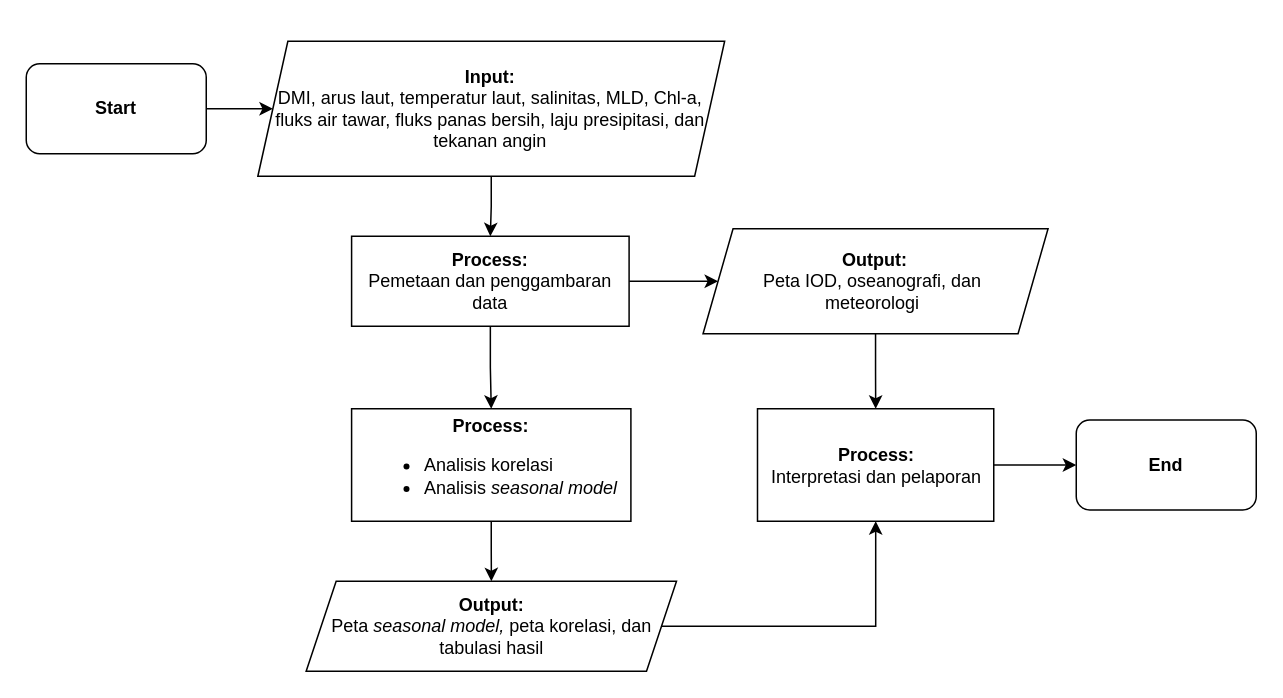
hidayatmn378/MyDissertation keeps this draw.io diagram as editable/Flowchart_Diagram.drawio. Above is the earlier version. Source tidied: cells renumbered, new cells numbered last; positions are measured from the earlier drawing's top-left corner, leaving out a move shared by most shapes. Both pictures are drawn from the tidied source at 150%, with x=0, y=0 at pixel (26, 40).
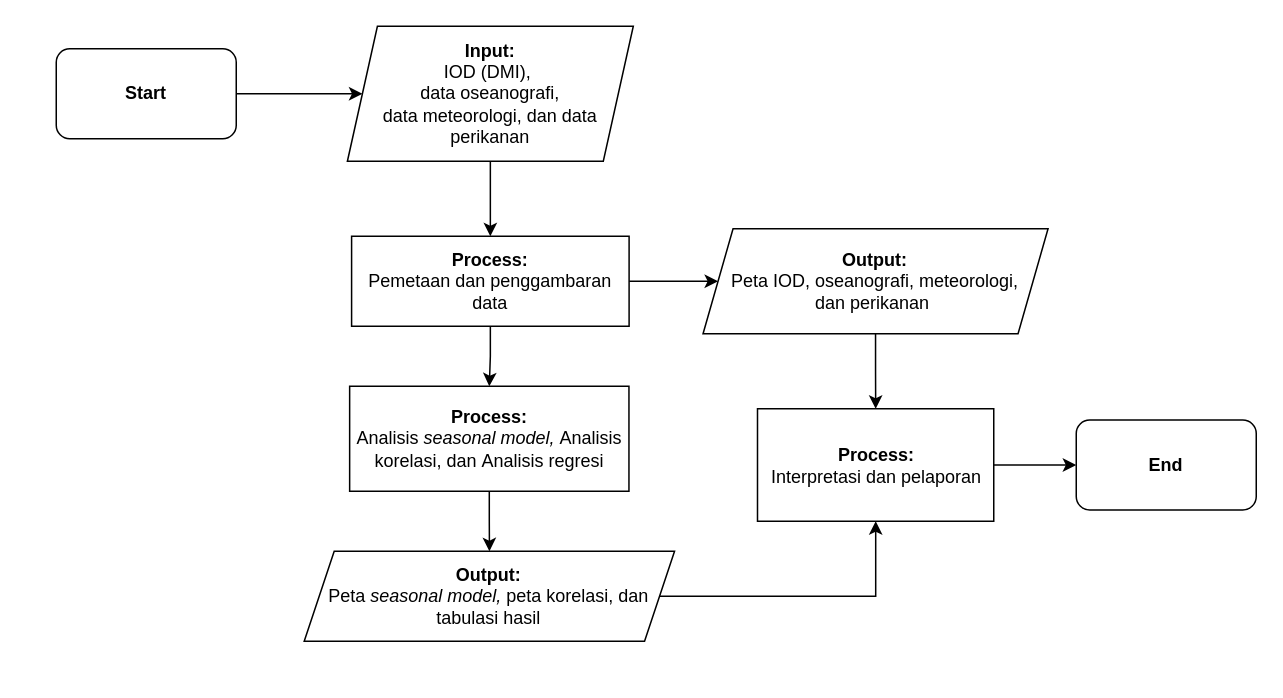
After the change.

Change to the diagram source:
```diff
@@
 <mxGraphModel>
   <root>
     <mxCell id="0" />
     <mxCell id="1" parent="0" />
     <mxCell id="2" style="edgeStyle=orthogonalEdgeStyle;rounded=0;jettySize=auto;html=1;" parent="1" edge="1" source="3" target="5">
       <mxGeometry relative="1" as="geometry" />
     </mxCell>
     <mxCell id="3" value="Start" style="rounded=1;whiteSpace=wrap;html=1;fontStyle=1;" parent="1" vertex="1">
-      <mxGeometry y="15" width="120" height="60" as="geometry" />
+      <mxGeometry x="20" y="5" width="120" height="60" as="geometry" />
     </mxCell>
     <mxCell id="4" style="edgeStyle=orthogonalEdgeStyle;rounded=0;jettySize=auto;html=1;" parent="1" edge="1" source="5" target="8">
       <mxGeometry relative="1" as="geometry" />
     </mxCell>
-    <mxCell id="5" value="&lt;div&gt;&lt;b&gt;Input:&lt;/b&gt;&lt;/div&gt;&lt;div&gt;DMI, arus laut, temperatur laut, salinitas, MLD, Chl-a, fluks air tawar, fluks panas bersih, laju presipitasi, dan tekanan angin&lt;br&gt;&lt;/div&gt;" style="shape=parallelogram;perimeter=parallelogramPerimeter;whiteSpace=wrap;html=1;fixedSize=1;align=center;" parent="1" vertex="1">
-      <mxGeometry x="154.4" width="311.2" height="90" as="geometry" />
+    <mxCell id="5" value="&lt;div&gt;&lt;b&gt;Input:&lt;/b&gt;&lt;/div&gt;&lt;div&gt;IOD (DMI),&amp;nbsp;&lt;/div&gt;&lt;span style=&quot;background-color: initial;&quot;&gt;data oseanografi, &lt;br&gt;data meteorologi, dan data perikanan&lt;/span&gt;" style="shape=parallelogram;perimeter=parallelogramPerimeter;whiteSpace=wrap;html=1;fixedSize=1;align=center;" parent="1" vertex="1">
+      <mxGeometry x="214.1" y="-10" width="190.6" height="90" as="geometry" />
     </mxCell>
     <mxCell id="6" style="edgeStyle=orthogonalEdgeStyle;rounded=0;jettySize=auto;html=1;" parent="1" edge="1" source="8" target="10">
       <mxGeometry relative="1" as="geometry" />
     </mxCell>
     <mxCell id="7" style="edgeStyle=orthogonalEdgeStyle;rounded=0;jettySize=auto;html=1;" parent="1" edge="1" source="8" target="12">
       <mxGeometry relative="1" as="geometry" />
     </mxCell>
     <mxCell id="8" value="&lt;div&gt;&lt;b&gt;Process:&lt;/b&gt;&lt;/div&gt;&lt;div&gt;Pemetaan dan penggambaran data &lt;br&gt;&lt;/div&gt;" style="whiteSpace=wrap;html=1;" parent="1" vertex="1">
       <mxGeometry x="216.9" y="130" width="185" height="60" as="geometry" />
     </mxCell>
     <mxCell id="9" style="edgeStyle=orthogonalEdgeStyle;rounded=0;jettySize=auto;html=1;" parent="1" edge="1" source="10" target="17">
       <mxGeometry relative="1" as="geometry" />
     </mxCell>
-    <mxCell id="10" value="&lt;b&gt;Output:&lt;/b&gt;&lt;br&gt;&lt;div&gt;Peta IOD, oseanografi, dan&amp;nbsp;&lt;/div&gt;&lt;div&gt;meteorologi&amp;nbsp;&lt;/div&gt;" style="shape=parallelogram;perimeter=parallelogramPerimeter;whiteSpace=wrap;html=1;fixedSize=1;" parent="1" vertex="1">
+    <mxCell id="10" value="&lt;b&gt;Output:&lt;/b&gt;&lt;br&gt;&lt;div&gt;Peta IOD, oseanografi,&amp;nbsp;&lt;span style=&quot;background-color: initial;&quot;&gt;meteorologi,&lt;/span&gt;&lt;/div&gt;&lt;div&gt;&lt;span style=&quot;background-color: initial;&quot;&gt;dan perikanan&amp;nbsp;&lt;/span&gt;&lt;/div&gt;" style="shape=parallelogram;perimeter=parallelogramPerimeter;whiteSpace=wrap;html=1;fixedSize=1;" parent="1" vertex="1">
       <mxGeometry x="451.2" y="125" width="230" height="70" as="geometry" />
     </mxCell>
     <mxCell id="11" style="edgeStyle=orthogonalEdgeStyle;rounded=0;jettySize=auto;html=1;" parent="1" edge="1" source="12" target="14">
       <mxGeometry relative="1" as="geometry" />
     </mxCell>
-    <mxCell id="12" value="&lt;b&gt;Process:&lt;/b&gt;&lt;br&gt;&lt;div&gt;&lt;ul&gt;&lt;li&gt;&lt;div align=&quot;left&quot;&gt;Analisis korelasi&lt;/div&gt;&lt;/li&gt;&lt;li&gt;&lt;div&gt;Analisis &lt;i&gt;seasonal model&lt;/i&gt;&lt;/div&gt;&lt;/li&gt;&lt;/ul&gt;&lt;/div&gt;" style="rounded=0;whiteSpace=wrap;html=1;align=center;" parent="1" vertex="1">
-      <mxGeometry x="216.9" y="245" width="186.2" height="75" as="geometry" />
+    <mxCell id="12" value="&lt;b&gt;Process:&lt;br&gt;&lt;/b&gt;&lt;span style=&quot;background-color: initial;&quot;&gt;Analisis &lt;/span&gt;&lt;i style=&quot;background-color: initial;&quot;&gt;seasonal model,&amp;nbsp;&lt;/i&gt;&lt;span style=&quot;background-color: initial;&quot;&gt;Analisis korelasi, dan&amp;nbsp;&lt;/span&gt;&lt;span style=&quot;background-color: initial;&quot;&gt;Analisis regresi&lt;/span&gt;&lt;span style=&quot;background-color: initial;&quot;&gt;&lt;br&gt;&lt;/span&gt;" style="rounded=0;whiteSpace=wrap;html=1;align=center;" parent="1" vertex="1">
+      <mxGeometry x="215.6" y="230" width="186.2" height="70" as="geometry" />
     </mxCell>
     <mxCell id="13" style="edgeStyle=orthogonalEdgeStyle;rounded=0;jettySize=auto;html=1;" parent="1" edge="1" source="14" target="17">
       <mxGeometry relative="1" as="geometry" />
     </mxCell>
     <mxCell id="14" value="&lt;div&gt;&lt;b&gt;Output:&lt;/b&gt;&lt;/div&gt;&lt;div&gt;Peta &lt;i&gt;seasonal model,&lt;/i&gt; peta korelasi, dan tabulasi hasil&lt;/div&gt;" style="shape=parallelogram;perimeter=parallelogramPerimeter;whiteSpace=wrap;html=1;fixedSize=1;" parent="1" vertex="1">
-      <mxGeometry x="186.6" y="360" width="246.9" height="60" as="geometry" />
+      <mxGeometry x="185.3" y="340" width="246.9" height="60" as="geometry" />
     </mxCell>
     <mxCell id="15" value="&lt;b&gt;End&lt;/b&gt;" style="whiteSpace=wrap;html=1;rounded=1;" parent="1" vertex="1">
       <mxGeometry x="700" y="252.5" width="120" height="60" as="geometry" />
     </mxCell>
     <mxCell id="16" style="edgeStyle=orthogonalEdgeStyle;rounded=0;jettySize=auto;html=1;exitX=1;exitY=0.5;exitDx=0;exitDy=0;" parent="1" edge="1" source="17" target="15">
       <mxGeometry relative="1" as="geometry" />
     </mxCell>
     <mxCell id="17" value="&lt;div&gt;&lt;b&gt;Process:&lt;/b&gt;&lt;/div&gt;&lt;div&gt;Interpretasi dan pelaporan&lt;br&gt;&lt;/div&gt;" style="rounded=0;whiteSpace=wrap;html=1;fillColor=default;" parent="1" vertex="1">
       <mxGeometry x="487.5" y="245" width="157.5" height="75" as="geometry" />
     </mxCell>
   </root>
 </mxGraphModel>
```
